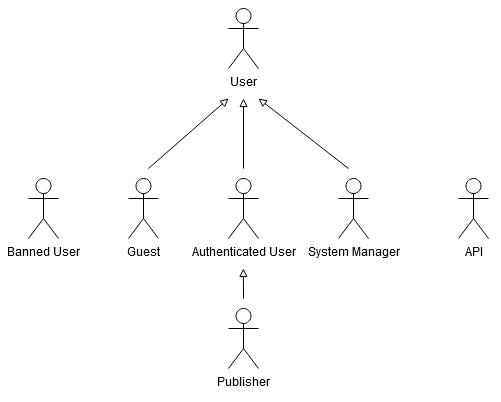
Before: img/actors.png, a diagram exported from draw.io (biam05/lbaw-feup). Source tidied: cells renumbered, new cells last; positions are measured from the earlier drawing's top-left corner, leaving out a move shared by most shapes.
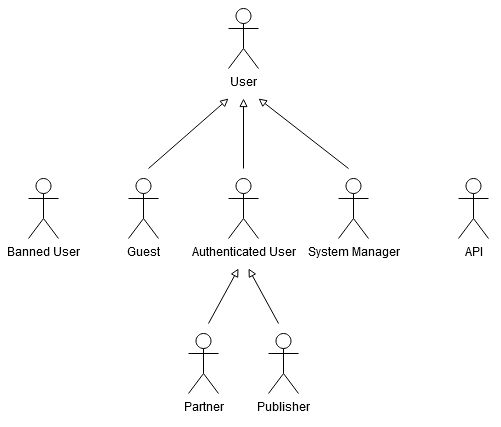
The same file after the commit.

Commit message:
updated actors diagram: partner added

Diff of the diagram source:
```diff
@@ -16,12 +16,12 @@
     </mxCell>
     <mxCell id="6" style="rounded=0;orthogonalLoop=1;jettySize=auto;html=1;endArrow=block;endFill=0;" parent="1" edge="1">
       <mxGeometry relative="1" as="geometry">
-        <mxPoint x="215" y="290" as="sourcePoint" />
-        <mxPoint x="214.9" y="260" as="targetPoint" />
+        <mxPoint x="250" y="315" as="sourcePoint" />
+        <mxPoint x="220" y="260" as="targetPoint" />
       </mxGeometry>
     </mxCell>
-    <mxCell id="7" value="Publisher" style="shape=umlActor;verticalLabelPosition=bottom;verticalAlign=top;html=1;" parent="1" vertex="1">
-      <mxGeometry x="200" y="300" width="30" height="60" as="geometry" />
+    <mxCell id="7" value="Partner" style="shape=umlActor;verticalLabelPosition=bottom;verticalAlign=top;html=1;" parent="1" vertex="1">
+      <mxGeometry x="160" y="325" width="30" height="60" as="geometry" />
     </mxCell>
     <mxCell id="8" style="rounded=0;orthogonalLoop=1;jettySize=auto;html=1;endArrow=block;endFill=0;" parent="1" edge="1">
       <mxGeometry relative="1" as="geometry">
@@ -47,5 +47,14 @@
     <mxCell id="12" value="Banned User" style="shape=umlActor;verticalLabelPosition=bottom;verticalAlign=top;html=1;" parent="1" vertex="1">
       <mxGeometry y="170" width="30" height="60" as="geometry" />
     </mxCell>
+    <mxCell id="13" value="Publisher" style="shape=umlActor;verticalLabelPosition=bottom;verticalAlign=top;html=1;" parent="1" vertex="1">
+      <mxGeometry x="240" y="325" width="30" height="60" as="geometry" />
+    </mxCell>
+    <mxCell id="14" style="rounded=0;orthogonalLoop=1;jettySize=auto;html=1;endArrow=block;endFill=0;" parent="1" edge="1">
+      <mxGeometry relative="1" as="geometry">
+        <mxPoint x="180" y="315" as="sourcePoint" />
+        <mxPoint x="210" y="260" as="targetPoint" />
+      </mxGeometry>
+    </mxCell>
   </root>
 </mxGraphModel>
```
